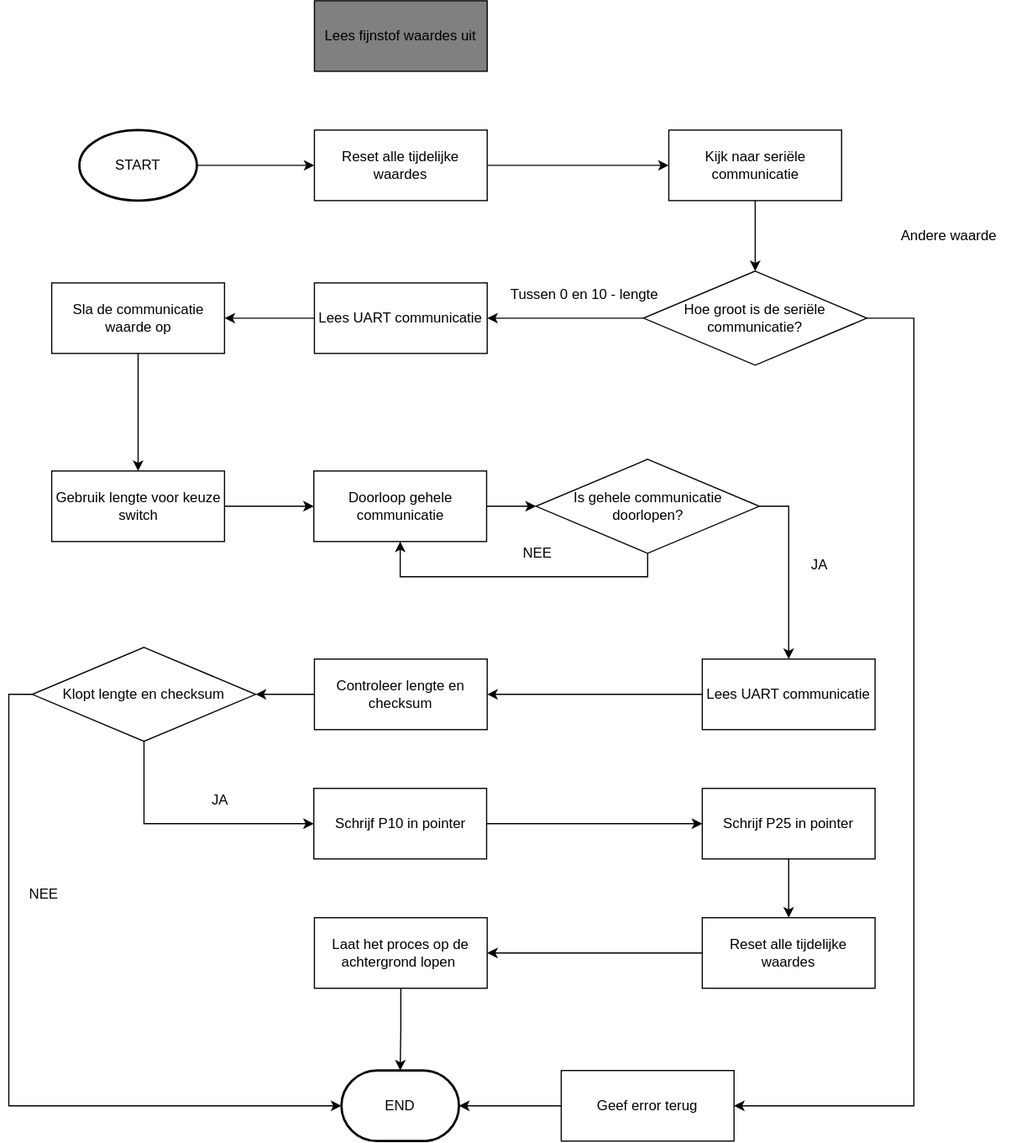
747oli/Luchtkwaliteitssensor_analyse keeps this draw.io diagram as assets/FlowChart-SDS011_2.svg. Above is the earlier version. Source tidied: cells renumbered, new cells last; positions are measured from the earlier drawing's top-left corner, leaving out a move shared by most shapes.
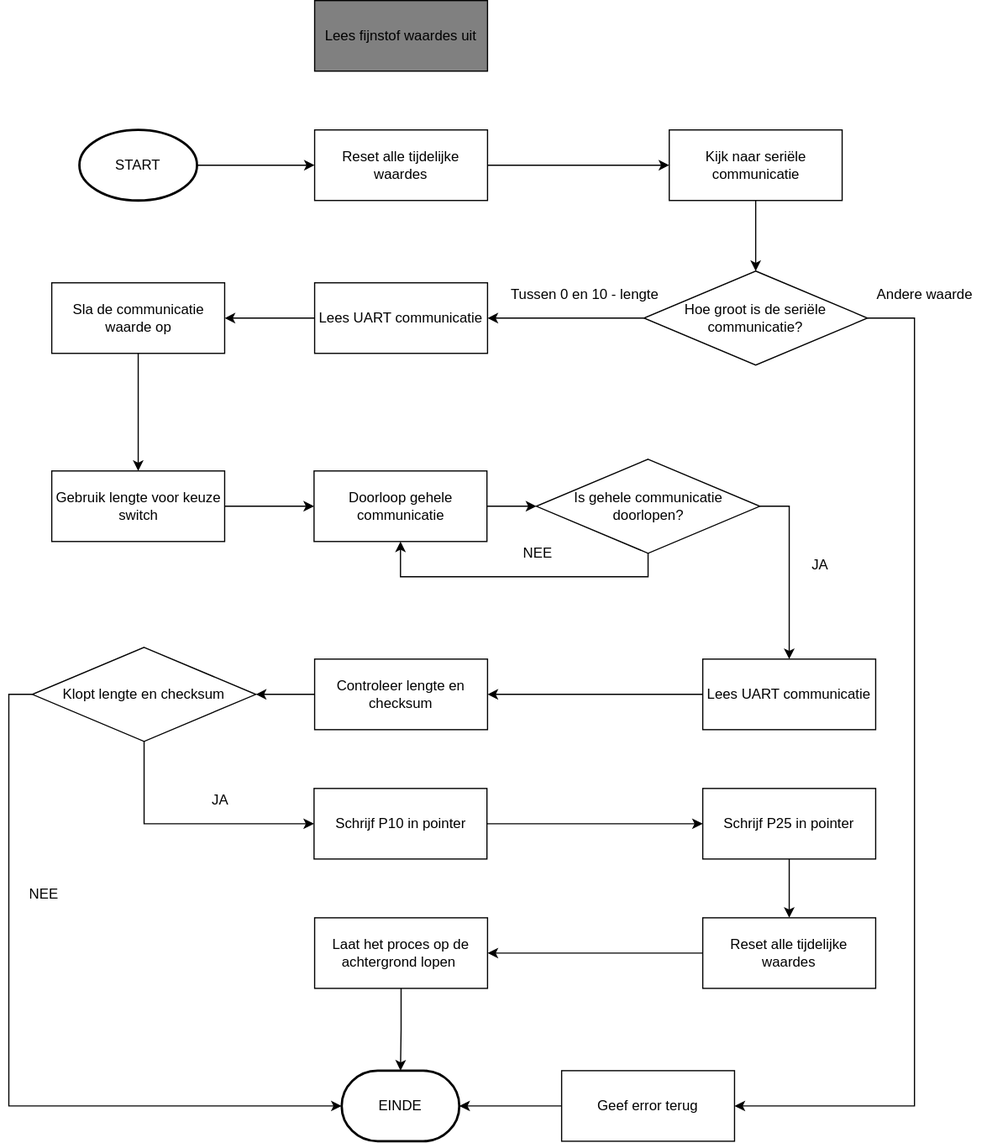
After the commit.

Diff of the diagram source:
```diff
@@ -47,7 +47,7 @@
       <mxGeometry x="420" y="240" width="140" height="20" as="geometry" />
     </mxCell>
     <mxCell id="15" value="Andere waarde" style="text;html=1;strokeColor=none;fillColor=none;align=center;verticalAlign=middle;whiteSpace=wrap;rounded=0;" parent="1" vertex="1">
-      <mxGeometry x="730" y="190" width="140" height="20" as="geometry" />
+      <mxGeometry x="708.5" y="240" width="140" height="20" as="geometry" />
     </mxCell>
     <mxCell id="16" style="edgeStyle=orthogonalEdgeStyle;rounded=0;jettySize=auto;html=1;" parent="1" edge="1" source="17" target="19">
       <mxGeometry relative="1" as="geometry" />
@@ -118,7 +118,7 @@
     <mxCell id="38" value="Reset alle tijdelijke waardes" style="rounded=0;whiteSpace=wrap;html=1;" parent="1" vertex="1">
       <mxGeometry x="590" y="780" width="147" height="60" as="geometry" />
     </mxCell>
-    <mxCell id="39" value="END" style="strokeWidth=2;html=1;shape=mxgraph.flowchart.terminator;whiteSpace=wrap;" parent="1" vertex="1">
+    <mxCell id="39" value="EINDE" style="strokeWidth=2;html=1;shape=mxgraph.flowchart.terminator;whiteSpace=wrap;" parent="1" vertex="1">
       <mxGeometry x="283" y="910" width="100" height="60" as="geometry" />
     </mxCell>
     <mxCell id="40" style="edgeStyle=orthogonalEdgeStyle;rounded=0;jettySize=auto;html=1;" parent="1" edge="1" source="41" target="39">
```
